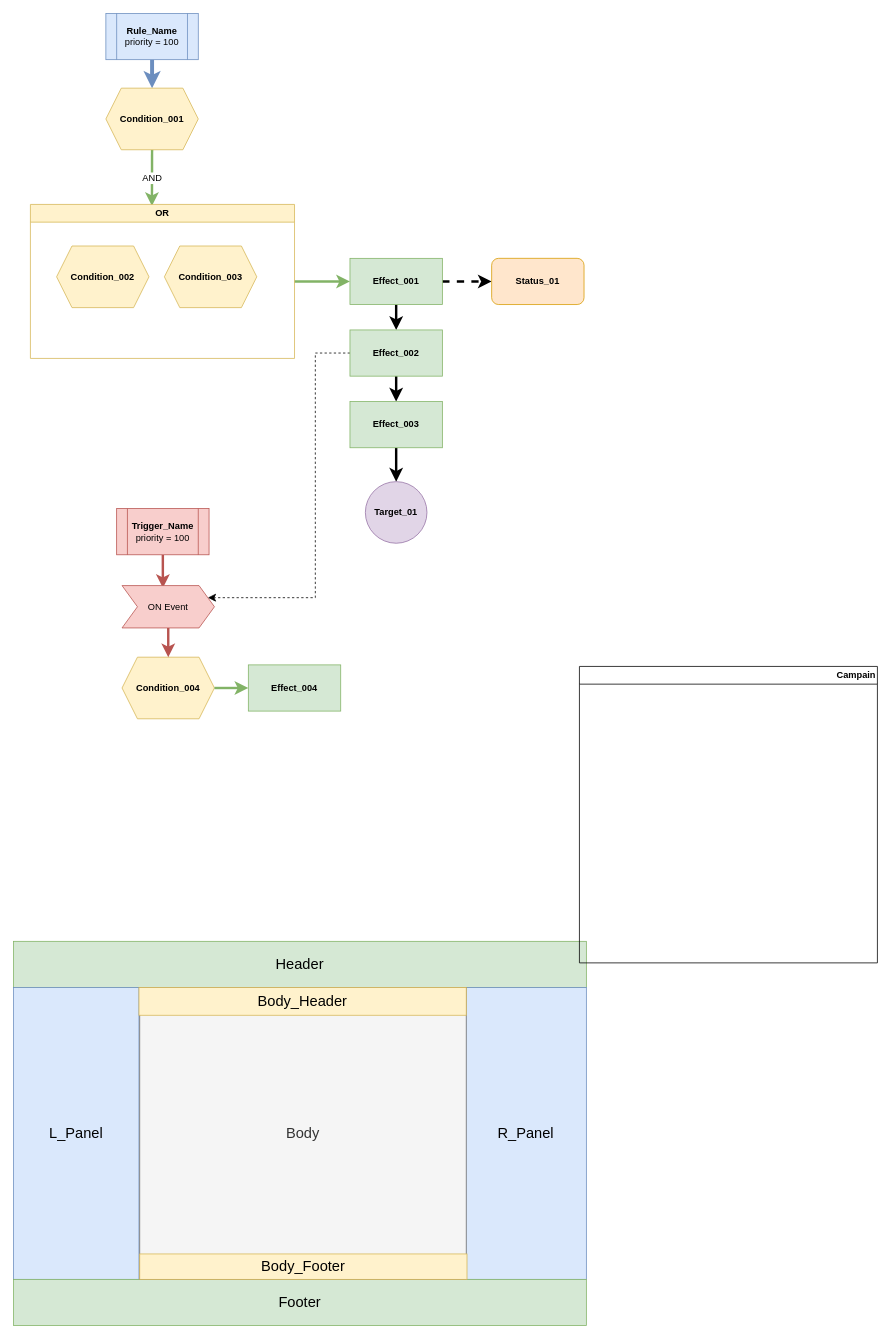
LucaGLT/game_lib keeps this draw.io diagram as gmRules/Rules_diagram.drawio. Above is the earlier version. Source tidied: cells renumbered, new cells numbered last; positions are measured from the earlier drawing's top-left corner, leaving out a move shared by most shapes. Both pictures are drawn from the tidied source at 77%, with x=0, y=0 at pixel (13, 13).
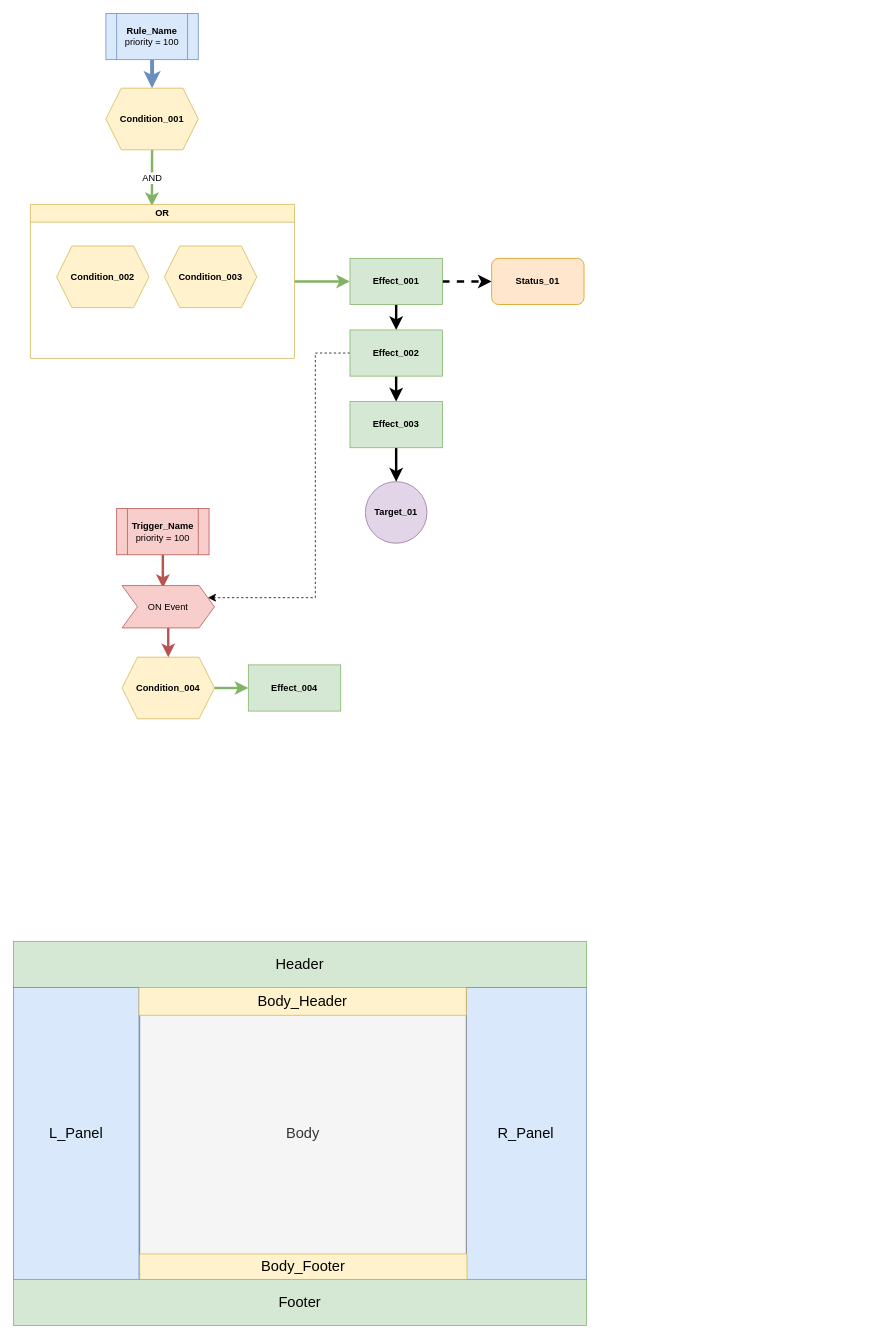
The same diagram, later.

Commit message (it also covers changes not shown here):
UPDT : aggiornato in modo completo il README principale con link verso i manuali di singola Lib

Change to the diagram source:
```diff
@@
-    <mxCell id="34" value="Campain" style="swimlane;whiteSpace=wrap;html=1;align=right;" parent="1" vertex="1">
-      <mxGeometry x="735" y="848" width="387" height="385" as="geometry" />
-    </mxCell>
```
